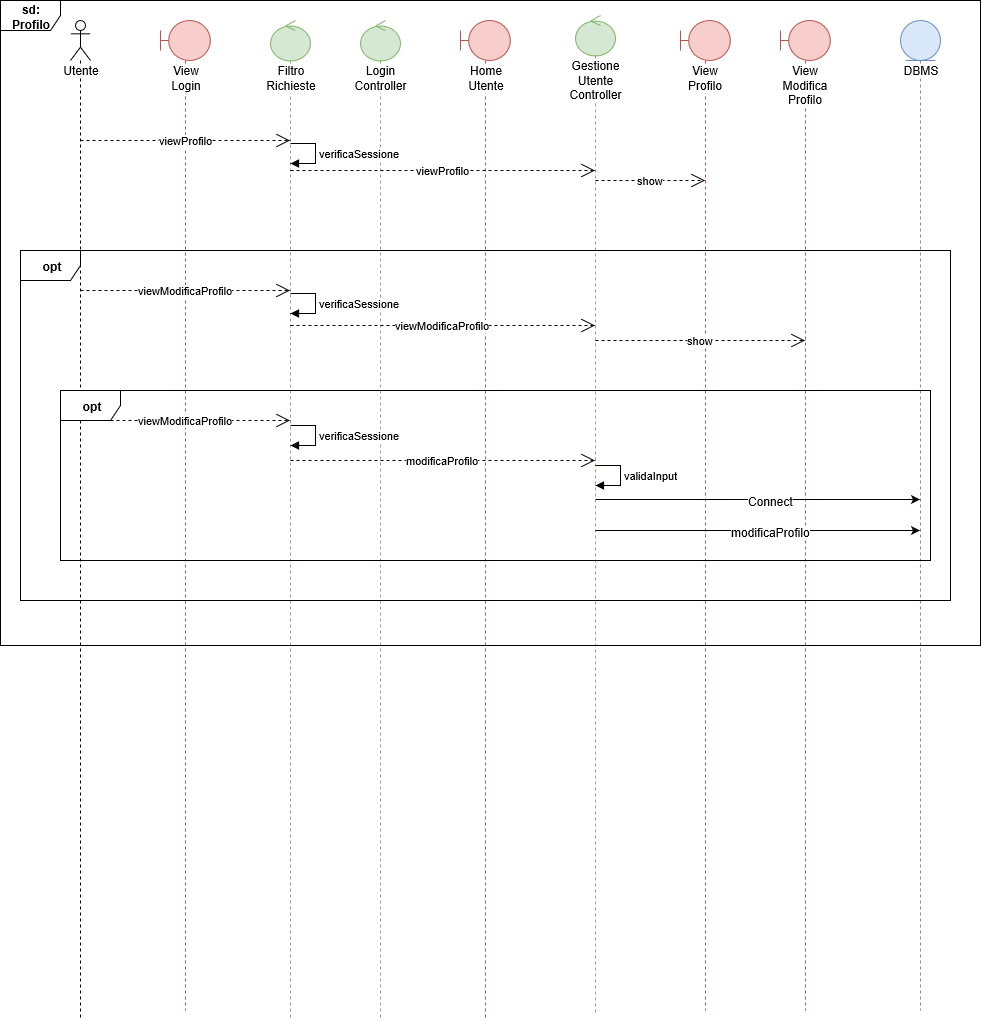
This is Relazione quasi completa/sdProfilo.png from SundavarBlaka/Alexandria, a draw.io export, as it was before one commit. Source tidied: cells renumbered, new cells last; positions are measured from the earlier drawing's top-left corner, leaving out a move shared by most shapes. Source of this version:
```xml
<mxGraphModel>
  <root>
    <mxCell id="0" />
    <mxCell id="1" parent="0" />
    <mxCell id="2" value="Utente" style="shape=umlLifeline;participant=umlActor;perimeter=lifelinePerimeter;whiteSpace=wrap;html=1;verticalAlign=top;spacingTop=36;labelBackgroundColor=#ffffff;" parent="1" vertex="1">
      <mxGeometry x="70" y="20" width="20" height="1000" as="geometry" />
    </mxCell>
    <mxCell id="3" value="View&lt;br&gt;Login&lt;br&gt;" style="shape=umlLifeline;participant=umlBoundary;perimeter=lifelinePerimeter;whiteSpace=wrap;html=1;verticalAlign=top;spacingTop=36;labelBackgroundColor=#ffffff;fillColor=#f8cecc;strokeColor=#b85450;" parent="1" vertex="1">
      <mxGeometry x="160" y="20" width="50" height="990" as="geometry" />
    </mxCell>
    <mxCell id="4" value="Filtro&lt;br&gt;Richieste&lt;br&gt;" style="shape=umlLifeline;participant=umlControl;perimeter=lifelinePerimeter;whiteSpace=wrap;html=1;verticalAlign=top;spacingTop=36;labelBackgroundColor=#ffffff;outlineConnect=0;fillColor=#d5e8d4;strokeColor=#82b366;" parent="1" vertex="1">
      <mxGeometry x="270" y="20" width="40" height="1000" as="geometry" />
    </mxCell>
    <mxCell id="5" value="Login&lt;br&gt;Controller&lt;br&gt;" style="shape=umlLifeline;participant=umlControl;perimeter=lifelinePerimeter;whiteSpace=wrap;html=1;verticalAlign=top;spacingTop=36;labelBackgroundColor=#ffffff;fillColor=#d5e8d4;strokeColor=#82b366;" parent="1" vertex="1">
      <mxGeometry x="360" y="20" width="40" height="1000" as="geometry" />
    </mxCell>
    <mxCell id="6" value="Home&lt;br&gt;Utente&lt;br&gt;" style="shape=umlLifeline;participant=umlBoundary;perimeter=lifelinePerimeter;whiteSpace=wrap;html=1;verticalAlign=top;spacingTop=36;labelBackgroundColor=#ffffff;fillColor=#f8cecc;strokeColor=#b85450;" parent="1" vertex="1">
      <mxGeometry x="460" y="20" width="50" height="1000" as="geometry" />
    </mxCell>
    <mxCell id="7" value="Gestione Utente Controller&lt;br&gt;" style="shape=umlLifeline;participant=umlControl;perimeter=lifelinePerimeter;whiteSpace=wrap;html=1;verticalAlign=top;spacingTop=36;labelBackgroundColor=#ffffff;fillColor=#d5e8d4;strokeColor=#82b366;" parent="1" vertex="1">
      <mxGeometry x="575" y="15" width="40" height="1000" as="geometry" />
    </mxCell>
    <mxCell id="8" value="View Profilo" style="shape=umlLifeline;participant=umlBoundary;perimeter=lifelinePerimeter;whiteSpace=wrap;html=1;verticalAlign=top;spacingTop=36;labelBackgroundColor=#ffffff;fillColor=#f8cecc;strokeColor=#b85450;" parent="1" vertex="1">
      <mxGeometry x="680" y="20" width="50" height="990" as="geometry" />
    </mxCell>
    <mxCell id="9" value="View&lt;br&gt;Modifica Profilo" style="shape=umlLifeline;participant=umlBoundary;perimeter=lifelinePerimeter;whiteSpace=wrap;html=1;verticalAlign=top;spacingTop=36;labelBackgroundColor=#ffffff;outlineConnect=0;fillColor=#f8cecc;strokeColor=#b85450;" parent="1" vertex="1">
      <mxGeometry x="780" y="20" width="50" height="990" as="geometry" />
    </mxCell>
    <mxCell id="10" value="viewProfilo&lt;br&gt;" style="endArrow=open;endSize=12;dashed=1;html=1;" parent="1" edge="1" target="4">
      <mxGeometry relative="1" as="geometry">
        <mxPoint x="80" y="140" as="sourcePoint" />
      </mxGeometry>
    </mxCell>
    <mxCell id="11" value="viewProfilo&lt;br&gt;" style="endArrow=open;endSize=12;dashed=1;html=1;" parent="1" edge="1">
      <mxGeometry relative="1" as="geometry">
        <mxPoint x="290" y="170" as="sourcePoint" />
        <mxPoint x="594.5" y="170" as="targetPoint" />
      </mxGeometry>
    </mxCell>
    <mxCell id="12" value="show&lt;br&gt;" style="endArrow=open;endSize=12;dashed=1;html=1;" parent="1" edge="1">
      <mxGeometry relative="1" as="geometry">
        <mxPoint x="595" y="180" as="sourcePoint" />
        <mxPoint x="704.5" y="180" as="targetPoint" />
      </mxGeometry>
    </mxCell>
    <mxCell id="13" value="viewModificaProfilo&lt;br&gt;" style="endArrow=open;endSize=12;dashed=1;html=1;" parent="1" edge="1">
      <mxGeometry relative="1" as="geometry">
        <mxPoint x="80" y="290" as="sourcePoint" />
        <mxPoint x="289.5" y="290" as="targetPoint" />
      </mxGeometry>
    </mxCell>
    <mxCell id="14" value="verificaSessione&lt;br&gt;" style="edgeStyle=orthogonalEdgeStyle;html=1;align=left;spacingLeft=2;endArrow=block;rounded=0;" parent="1" edge="1">
      <mxGeometry relative="1" as="geometry">
        <mxPoint x="290" y="143" as="sourcePoint" />
        <mxPoint x="290" y="163" as="targetPoint" />
        <Array as="points">
          <mxPoint x="315" y="143" />
        </Array>
      </mxGeometry>
    </mxCell>
    <mxCell id="15" value="verificaSessione&lt;br&gt;" style="edgeStyle=orthogonalEdgeStyle;html=1;align=left;spacingLeft=2;endArrow=block;rounded=0;" parent="1" edge="1">
      <mxGeometry relative="1" as="geometry">
        <mxPoint x="290" y="293" as="sourcePoint" />
        <mxPoint x="290" y="313" as="targetPoint" />
        <Array as="points">
          <mxPoint x="315" y="293" />
        </Array>
      </mxGeometry>
    </mxCell>
    <mxCell id="16" value="viewModificaProfilo" style="endArrow=open;endSize=12;dashed=1;html=1;" parent="1" edge="1">
      <mxGeometry relative="1" as="geometry">
        <mxPoint x="290" y="325" as="sourcePoint" />
        <mxPoint x="594.5" y="325" as="targetPoint" />
      </mxGeometry>
    </mxCell>
    <mxCell id="17" value="show&lt;br&gt;" style="endArrow=open;endSize=12;dashed=1;html=1;" parent="1" edge="1" target="9">
      <mxGeometry relative="1" as="geometry">
        <mxPoint x="595" y="340" as="sourcePoint" />
      </mxGeometry>
    </mxCell>
    <mxCell id="18" value="viewModificaProfilo&lt;br&gt;" style="endArrow=open;endSize=12;dashed=1;html=1;" parent="1" edge="1">
      <mxGeometry relative="1" as="geometry">
        <mxPoint x="80" y="420" as="sourcePoint" />
        <mxPoint x="289.5" y="420" as="targetPoint" />
      </mxGeometry>
    </mxCell>
    <mxCell id="19" value="verificaSessione&lt;br&gt;" style="edgeStyle=orthogonalEdgeStyle;html=1;align=left;spacingLeft=2;endArrow=block;rounded=0;" parent="1" edge="1">
      <mxGeometry relative="1" as="geometry">
        <mxPoint x="290" y="425" as="sourcePoint" />
        <mxPoint x="290" y="445" as="targetPoint" />
        <Array as="points">
          <mxPoint x="315" y="425" />
        </Array>
      </mxGeometry>
    </mxCell>
    <mxCell id="20" value="modificaProfilo&lt;br&gt;" style="endArrow=open;endSize=12;dashed=1;html=1;" parent="1" edge="1">
      <mxGeometry relative="1" as="geometry">
        <mxPoint x="290" y="460" as="sourcePoint" />
        <mxPoint x="594.5" y="460" as="targetPoint" />
      </mxGeometry>
    </mxCell>
    <mxCell id="21" value="DBMS" style="shape=umlLifeline;participant=umlEntity;perimeter=lifelinePerimeter;whiteSpace=wrap;html=1;verticalAlign=top;spacingTop=36;labelBackgroundColor=#ffffff;outlineConnect=0;fillColor=#dae8fc;strokeColor=#6c8ebf;" parent="1" vertex="1">
      <mxGeometry x="900" y="20" width="40" height="990" as="geometry" />
    </mxCell>
    <mxCell id="22" style="endArrow=classic;html=1;" parent="1" edge="1" target="21">
      <mxGeometry relative="1" as="geometry">
        <mxPoint x="595" y="499" as="sourcePoint" />
      </mxGeometry>
    </mxCell>
    <mxCell id="23" value="Connect&lt;br&gt;" style="text;html=1;align=center;verticalAlign=middle;labelBackgroundColor=#ffffff;" parent="22" vertex="1">
      <mxGeometry x="-0.23" y="-2" relative="1" as="geometry">
        <mxPoint x="50" y="-1" as="offset" />
      </mxGeometry>
    </mxCell>
    <mxCell id="24" style="endArrow=classic;html=1;" parent="1" edge="1">
      <mxGeometry relative="1" as="geometry">
        <mxPoint x="595" y="530" as="sourcePoint" />
        <mxPoint x="919.5" y="530" as="targetPoint" />
      </mxGeometry>
    </mxCell>
    <mxCell id="25" value="modificaProfilo&lt;br&gt;" style="text;html=1;align=center;verticalAlign=middle;labelBackgroundColor=#ffffff;" parent="24" vertex="1">
      <mxGeometry x="-0.23" y="-2" relative="1" as="geometry">
        <mxPoint x="50" y="-1" as="offset" />
      </mxGeometry>
    </mxCell>
    <mxCell id="26" value="&lt;b&gt;opt&lt;/b&gt;&lt;br&gt;" style="shape=umlFrame;whiteSpace=wrap;html=1;" parent="1" vertex="1">
      <mxGeometry x="60" y="390" width="870" height="170" as="geometry" />
    </mxCell>
    <mxCell id="27" value="&lt;b&gt;opt&lt;/b&gt;&lt;br&gt;" style="shape=umlFrame;whiteSpace=wrap;html=1;" parent="1" vertex="1">
      <mxGeometry x="20" y="250" width="930" height="350" as="geometry" />
    </mxCell>
    <mxCell id="28" value="&lt;b&gt;sd: Profilo&lt;/b&gt;&lt;br&gt;" style="shape=umlFrame;whiteSpace=wrap;html=1;" parent="1" vertex="1">
      <mxGeometry width="980" height="645" as="geometry" />
    </mxCell>
    <mxCell id="29" value="validaInput&lt;br&gt;" style="edgeStyle=orthogonalEdgeStyle;html=1;align=left;spacingLeft=2;endArrow=block;rounded=0;" parent="1" edge="1">
      <mxGeometry relative="1" as="geometry">
        <mxPoint x="595" y="465" as="sourcePoint" />
        <mxPoint x="595" y="485" as="targetPoint" />
        <Array as="points">
          <mxPoint x="620" y="465" />
        </Array>
      </mxGeometry>
    </mxCell>
  </root>
</mxGraphModel>
```
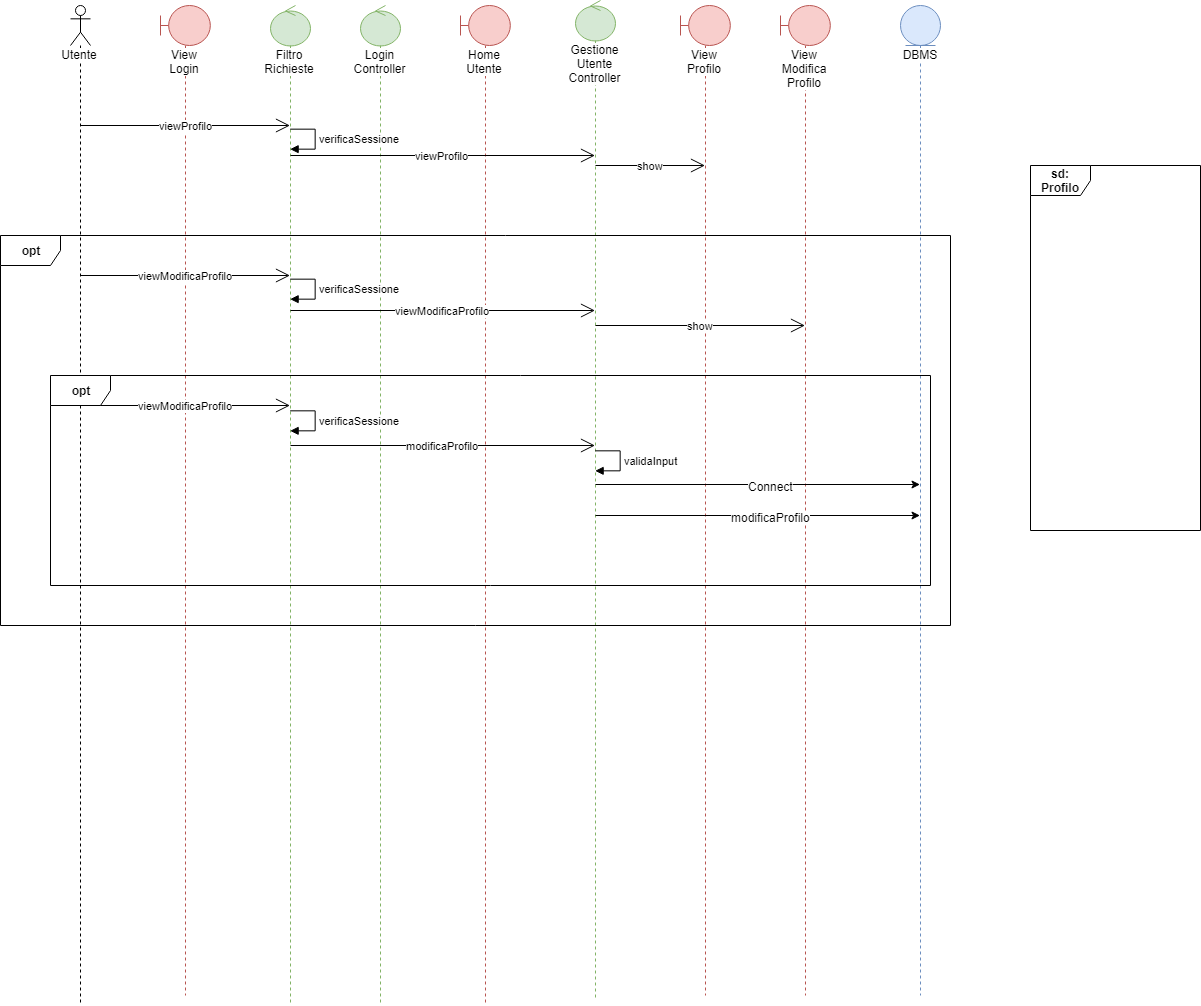
Above is the later version.

Diff of the diagram source:
```diff
@@ -26,24 +26,24 @@
     <mxCell id="9" value="View&lt;br&gt;Modifica Profilo" style="shape=umlLifeline;participant=umlBoundary;perimeter=lifelinePerimeter;whiteSpace=wrap;html=1;verticalAlign=top;spacingTop=36;labelBackgroundColor=#ffffff;outlineConnect=0;fillColor=#f8cecc;strokeColor=#b85450;" parent="1" vertex="1">
       <mxGeometry x="780" y="20" width="50" height="990" as="geometry" />
     </mxCell>
-    <mxCell id="10" value="viewProfilo&lt;br&gt;" style="endArrow=open;endSize=12;dashed=1;html=1;" parent="1" edge="1" target="4">
+    <mxCell id="10" value="viewProfilo&lt;br&gt;" style="endArrow=open;endSize=12;html=1;strokeColor=#000000;rounded=1;" parent="1" edge="1" target="4">
       <mxGeometry relative="1" as="geometry">
         <mxPoint x="80" y="140" as="sourcePoint" />
       </mxGeometry>
     </mxCell>
-    <mxCell id="11" value="viewProfilo&lt;br&gt;" style="endArrow=open;endSize=12;dashed=1;html=1;" parent="1" edge="1">
+    <mxCell id="11" value="viewProfilo&lt;br&gt;" style="endArrow=open;endSize=12;html=1;" parent="1" edge="1">
       <mxGeometry relative="1" as="geometry">
         <mxPoint x="290" y="170" as="sourcePoint" />
         <mxPoint x="594.5" y="170" as="targetPoint" />
       </mxGeometry>
     </mxCell>
-    <mxCell id="12" value="show&lt;br&gt;" style="endArrow=open;endSize=12;dashed=1;html=1;" parent="1" edge="1">
+    <mxCell id="12" value="show&lt;br&gt;" style="endArrow=open;endSize=12;html=1;" parent="1" edge="1">
       <mxGeometry relative="1" as="geometry">
         <mxPoint x="595" y="180" as="sourcePoint" />
         <mxPoint x="704.5" y="180" as="targetPoint" />
       </mxGeometry>
     </mxCell>
-    <mxCell id="13" value="viewModificaProfilo&lt;br&gt;" style="endArrow=open;endSize=12;dashed=1;html=1;" parent="1" edge="1">
+    <mxCell id="13" value="viewModificaProfilo&lt;br&gt;" style="endArrow=open;endSize=12;html=1;" parent="1" edge="1">
       <mxGeometry relative="1" as="geometry">
         <mxPoint x="80" y="290" as="sourcePoint" />
         <mxPoint x="289.5" y="290" as="targetPoint" />
@@ -67,18 +67,18 @@
         </Array>
       </mxGeometry>
     </mxCell>
-    <mxCell id="16" value="viewModificaProfilo" style="endArrow=open;endSize=12;dashed=1;html=1;" parent="1" edge="1">
+    <mxCell id="16" value="viewModificaProfilo" style="endArrow=open;endSize=12;html=1;" parent="1" edge="1">
       <mxGeometry relative="1" as="geometry">
         <mxPoint x="290" y="325" as="sourcePoint" />
         <mxPoint x="594.5" y="325" as="targetPoint" />
       </mxGeometry>
     </mxCell>
-    <mxCell id="17" value="show&lt;br&gt;" style="endArrow=open;endSize=12;dashed=1;html=1;" parent="1" edge="1" target="9">
+    <mxCell id="17" value="show&lt;br&gt;" style="endArrow=open;endSize=12;html=1;" parent="1" edge="1" target="9">
       <mxGeometry relative="1" as="geometry">
         <mxPoint x="595" y="340" as="sourcePoint" />
       </mxGeometry>
     </mxCell>
-    <mxCell id="18" value="viewModificaProfilo&lt;br&gt;" style="endArrow=open;endSize=12;dashed=1;html=1;" parent="1" edge="1">
+    <mxCell id="18" value="viewModificaProfilo&lt;br&gt;" style="endArrow=open;endSize=12;html=1;" parent="1" edge="1">
       <mxGeometry relative="1" as="geometry">
         <mxPoint x="80" y="420" as="sourcePoint" />
         <mxPoint x="289.5" y="420" as="targetPoint" />
@@ -93,7 +93,7 @@
         </Array>
       </mxGeometry>
     </mxCell>
-    <mxCell id="20" value="modificaProfilo&lt;br&gt;" style="endArrow=open;endSize=12;dashed=1;html=1;" parent="1" edge="1">
+    <mxCell id="20" value="modificaProfilo&lt;br&gt;" style="endArrow=open;endSize=12;html=1;" parent="1" edge="1">
       <mxGeometry relative="1" as="geometry">
         <mxPoint x="290" y="460" as="sourcePoint" />
         <mxPoint x="594.5" y="460" as="targetPoint" />
@@ -124,13 +124,13 @@
       </mxGeometry>
     </mxCell>
     <mxCell id="26" value="&lt;b&gt;opt&lt;/b&gt;&lt;br&gt;" style="shape=umlFrame;whiteSpace=wrap;html=1;" parent="1" vertex="1">
-      <mxGeometry x="60" y="390" width="870" height="170" as="geometry" />
+      <mxGeometry x="50" y="390" width="880" height="210" as="geometry" />
     </mxCell>
     <mxCell id="27" value="&lt;b&gt;opt&lt;/b&gt;&lt;br&gt;" style="shape=umlFrame;whiteSpace=wrap;html=1;" parent="1" vertex="1">
-      <mxGeometry x="20" y="250" width="930" height="350" as="geometry" />
+      <mxGeometry y="250" width="950" height="390" as="geometry" />
     </mxCell>
     <mxCell id="28" value="&lt;b&gt;sd: Profilo&lt;/b&gt;&lt;br&gt;" style="shape=umlFrame;whiteSpace=wrap;html=1;" parent="1" vertex="1">
-      <mxGeometry width="980" height="645" as="geometry" />
+      <mxGeometry x="1030" y="180" width="170" height="365" as="geometry" />
     </mxCell>
     <mxCell id="29" value="validaInput&lt;br&gt;" style="edgeStyle=orthogonalEdgeStyle;html=1;align=left;spacingLeft=2;endArrow=block;rounded=0;" parent="1" edge="1">
       <mxGeometry relative="1" as="geometry">
```
